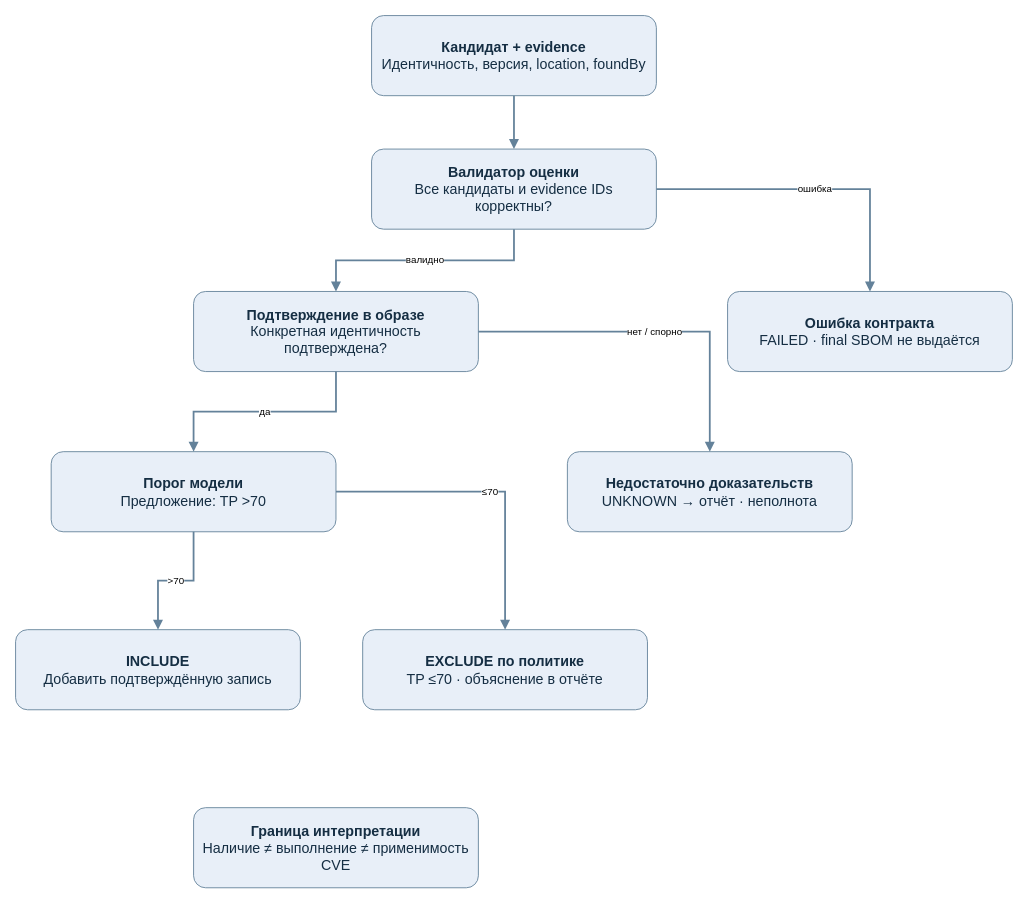
Above: page "02 Решение по зависимости" (2 of 2) of docs/system-workflow.drawio in prince174/sbom_creator (draw.io), before the change. Source tidied: cells renumbered, new cells numbered last; positions are measured from the earlier drawing's top-left corner, leaving out a move shared by most shapes. Both pictures are drawn from the tidied source at 89%, with x=0, y=0 at pixel (15, 15).
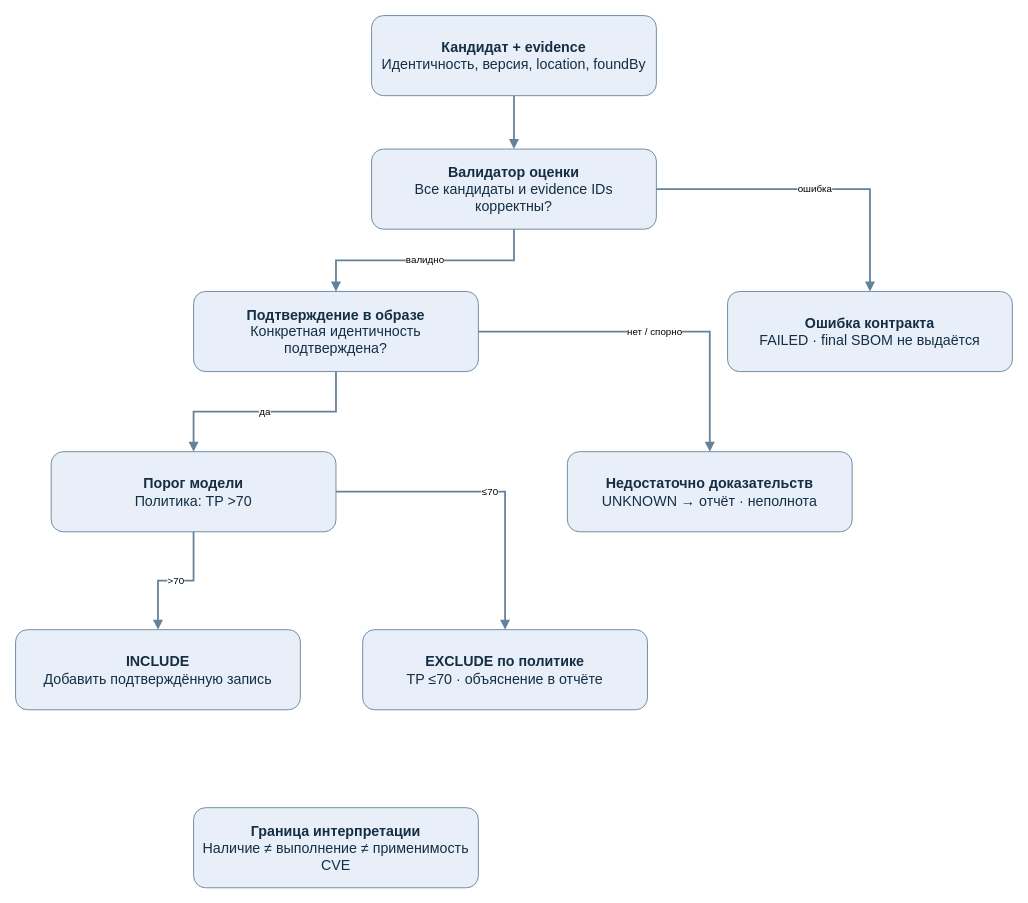
The same page after the edit.

Diff of the diagram source:
```diff
@@
 <mxGraphModel>
   <root>
     <mxCell id="0" />
     <mxCell id="1" parent="0" />
     <mxCell id="2" value="&lt;b&gt;Кандидат + evidence&lt;/b&gt;&lt;br&gt;Идентичность, версия, location, foundBy" style="rounded=1;whiteSpace=wrap;html=1;fillColor=#e8eff8;strokeColor=#64829a;fontColor=#152e43;fontSize=16;spacing=10;" parent="1" vertex="1">
       <mxGeometry x="400" width="320" height="90" as="geometry" />
     </mxCell>
     <mxCell id="3" value="&lt;b&gt;Валидатор оценки&lt;/b&gt;&lt;br&gt;Все кандидаты и evidence IDs корректны?" style="rounded=1;whiteSpace=wrap;html=1;fillColor=#e8eff8;strokeColor=#64829a;fontColor=#152e43;fontSize=16;spacing=10;" parent="1" vertex="1">
       <mxGeometry x="400" y="150" width="320" height="90" as="geometry" />
     </mxCell>
     <mxCell id="4" value="&lt;b&gt;Ошибка контракта&lt;/b&gt;&lt;br&gt;FAILED · final SBOM не выдаётся" style="rounded=1;whiteSpace=wrap;html=1;fillColor=#e8eff8;strokeColor=#64829a;fontColor=#152e43;fontSize=16;spacing=10;" parent="1" vertex="1">
       <mxGeometry x="800" y="310" width="320" height="90" as="geometry" />
     </mxCell>
     <mxCell id="5" value="&lt;b&gt;Подтверждение в образе&lt;/b&gt;&lt;br&gt;Конкретная идентичность подтверждена?" style="rounded=1;whiteSpace=wrap;html=1;fillColor=#e8eff8;strokeColor=#64829a;fontColor=#152e43;fontSize=16;spacing=10;" parent="1" vertex="1">
       <mxGeometry x="200" y="310" width="320" height="90" as="geometry" />
     </mxCell>
     <mxCell id="6" value="&lt;b&gt;Недостаточно доказательств&lt;/b&gt;&lt;br&gt;UNKNOWN → отчёт · неполнота" style="rounded=1;whiteSpace=wrap;html=1;fillColor=#e8eff8;strokeColor=#64829a;fontColor=#152e43;fontSize=16;spacing=10;" parent="1" vertex="1">
       <mxGeometry x="620" y="490" width="320" height="90" as="geometry" />
     </mxCell>
-    <mxCell id="7" value="&lt;b&gt;Порог модели&lt;/b&gt;&lt;br&gt;Предложение: TP &amp;gt;70" style="rounded=1;whiteSpace=wrap;html=1;fillColor=#e8eff8;strokeColor=#64829a;fontColor=#152e43;fontSize=16;spacing=10;" parent="1" vertex="1">
+    <mxCell id="7" value="&lt;b&gt;Порог модели&lt;/b&gt;&lt;br&gt;Политика: TP &amp;gt;70" style="rounded=1;whiteSpace=wrap;html=1;fillColor=#e8eff8;strokeColor=#64829a;fontColor=#152e43;fontSize=16;spacing=10;" parent="1" vertex="1">
       <mxGeometry x="40" y="490" width="320" height="90" as="geometry" />
     </mxCell>
     <mxCell id="8" value="&lt;b&gt;INCLUDE&lt;/b&gt;&lt;br&gt;Добавить подтверждённую запись" style="rounded=1;whiteSpace=wrap;html=1;fillColor=#e8eff8;strokeColor=#64829a;fontColor=#152e43;fontSize=16;spacing=10;" parent="1" vertex="1">
       <mxGeometry y="690" width="320" height="90" as="geometry" />
     </mxCell>
     <mxCell id="9" value="&lt;b&gt;EXCLUDE по политике&lt;/b&gt;&lt;br&gt;TP ≤70 · объяснение в отчёте" style="rounded=1;whiteSpace=wrap;html=1;fillColor=#e8eff8;strokeColor=#64829a;fontColor=#152e43;fontSize=16;spacing=10;" parent="1" vertex="1">
       <mxGeometry x="390" y="690" width="320" height="90" as="geometry" />
     </mxCell>
     <mxCell id="10" value="&lt;b&gt;Граница интерпретации&lt;/b&gt;&lt;br&gt;Наличие ≠ выполнение ≠ применимость CVE" style="rounded=1;whiteSpace=wrap;html=1;fillColor=#e8eff8;strokeColor=#64829a;fontColor=#152e43;fontSize=16;spacing=10;" parent="1" vertex="1">
       <mxGeometry x="200" y="890" width="320" height="90" as="geometry" />
     </mxCell>
     <mxCell id="11" style="edgeStyle=orthogonalEdgeStyle;rounded=0;html=1;endArrow=block;strokeColor=#64829a;strokeWidth=2;" parent="1" edge="1" source="2" target="3">
       <mxGeometry relative="1" as="geometry" />
     </mxCell>
     <mxCell id="12" value="ошибка" style="edgeStyle=orthogonalEdgeStyle;rounded=0;html=1;endArrow=block;strokeColor=#64829a;strokeWidth=2;" parent="1" edge="1" source="3" target="4">
       <mxGeometry relative="1" as="geometry" />
     </mxCell>
     <mxCell id="13" value="валидно" style="edgeStyle=orthogonalEdgeStyle;rounded=0;html=1;endArrow=block;strokeColor=#64829a;strokeWidth=2;" parent="1" edge="1" source="3" target="5">
       <mxGeometry relative="1" as="geometry" />
     </mxCell>
     <mxCell id="14" value="нет / спорно" style="edgeStyle=orthogonalEdgeStyle;rounded=0;html=1;endArrow=block;strokeColor=#64829a;strokeWidth=2;" parent="1" edge="1" source="5" target="6">
       <mxGeometry relative="1" as="geometry" />
     </mxCell>
     <mxCell id="15" value="да" style="edgeStyle=orthogonalEdgeStyle;rounded=0;html=1;endArrow=block;strokeColor=#64829a;strokeWidth=2;" parent="1" edge="1" source="5" target="7">
       <mxGeometry relative="1" as="geometry" />
     </mxCell>
     <mxCell id="16" value="&gt;70" style="edgeStyle=orthogonalEdgeStyle;rounded=0;html=1;endArrow=block;strokeColor=#64829a;strokeWidth=2;" parent="1" edge="1" source="7" target="8">
       <mxGeometry relative="1" as="geometry" />
     </mxCell>
     <mxCell id="17" value="≤70" style="edgeStyle=orthogonalEdgeStyle;rounded=0;html=1;endArrow=block;strokeColor=#64829a;strokeWidth=2;" parent="1" edge="1" source="7" target="9">
       <mxGeometry relative="1" as="geometry" />
     </mxCell>
   </root>
 </mxGraphModel>
```
